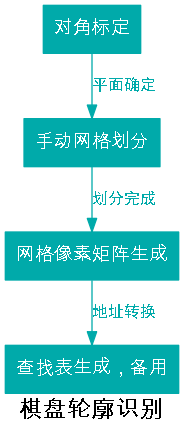
dtysky/Graduation_Project keeps this Graphviz diagram as Plans/PlanA/Reco.dot.png. Above is the earlier version. Its source is kept beside it as Plans/PlanA/Reco.dot. Its diagram source:
```dot
digraph Reco{
	fontname = "MSYaHei";
	fontsize = 18;
	label = "棋盘轮廓识别";
	rankdir = TB;
	edge [
		fontname = "SimHei",
		fontcolor = "#00AAAA",
		fontsize = 12;
		color = "#00AAAA"];
	node [
		fontname = "MSYaHei",
		fontcolor = white,
		fontsize = 14;
		shape = box,
		style = filled,
		color = "#00AAAA"];
	Cali [label="对角标定"];
	Divi [label="手动网格划分"];
	Matrix [label="网格像素矩阵生成"];
	Out [label="查找表生成，备用"];
	Cali -> Divi [label = "平面确定"];
	Divi -> Matrix [label = "划分完成"];
	Matrix -> Out [label = "地址转换"];
}
```
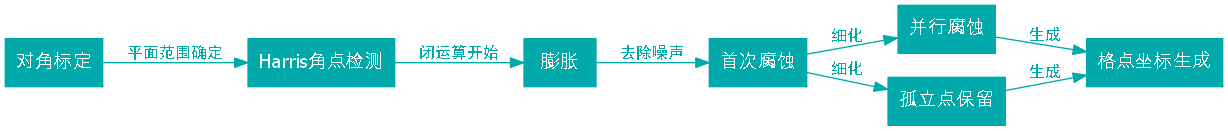
The same file after the commit.

What changed in the source:
```diff
@@ -1,8 +1,9 @@
 digraph Reco{
 	fontname = "MSYaHei";
 	fontsize = 18;
-	label = "棋盘轮廓识别";
-	rankdir = TB;
+	#label = "棋盘轮廓识别";
+	rankdir = LR;
+	rank = same
 	edge [
 		fontname = "SimHei",
 		fontcolor = "#00AAAA",
@@ -16,10 +17,15 @@
 		style = filled,
 		color = "#00AAAA"];
 	Cali [label="对角标定"];
-	Divi [label="手动网格划分"];
-	Matrix [label="网格像素矩阵生成"];
-	Out [label="查找表生成，备用"];
-	Cali -> Divi [label = "平面确定"];
-	Divi -> Matrix [label = "划分完成"];
-	Matrix -> Out [label = "地址转换"];
+	Divi [label="Harris角点检测"];
+	Dila [label="膨胀"];
+	Eros1 [label="首次腐蚀"];
+	Eros2 [label="并行腐蚀"];
+	Point [label="孤立点保留"];
+	Matrix [label="格点坐标生成"];
+	Cali -> Divi [label = "平面范围确定"];
+	Divi -> Dila [label = "闭运算开始"];
+	Dila -> Eros1 [label = "去除噪声"];
+	Eros1 -> {Eros2,Point} [label = "细化"];
+	{Eros2,Point} -> Matrix [label = "生成"];
 }
```
